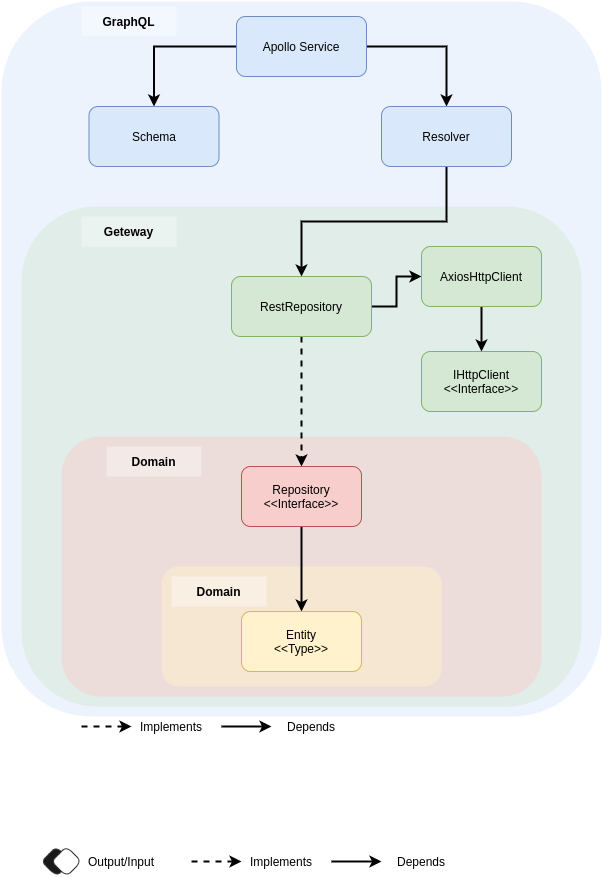
Before: images/gateway-api-architecture.png, a diagram exported from draw.io (thiago-nascimento-ti/ecommerce-clean-architecture). Source tidied: cells renumbered, new cells last; positions are measured from the earlier drawing's top-left corner, leaving out a move shared by most shapes.
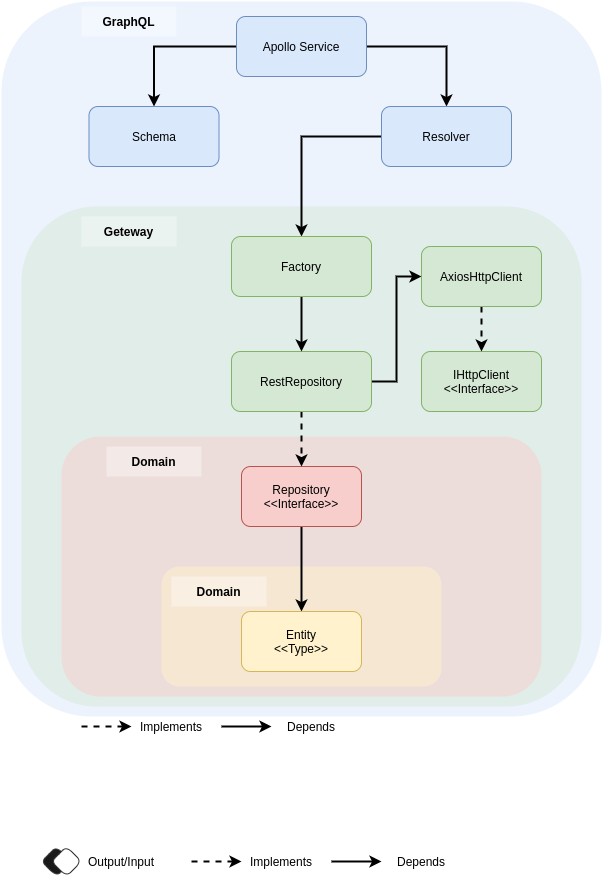
Above is the later version.

Diff of the diagram source:
```diff
@@ -23,16 +23,16 @@
     <mxCell id="8" style="edgeStyle=orthogonalEdgeStyle;rounded=0;jettySize=auto;html=1;exitX=0.5;exitY=1;exitDx=0;exitDy=0;entryX=0.5;entryY=0;entryDx=0;entryDy=0;dashed=1;strokeColor=#000000;strokeWidth=2;" parent="1" edge="1" source="10" target="7">
       <mxGeometry relative="1" as="geometry" />
     </mxCell>
-    <mxCell id="9" style="edgeStyle=orthogonalEdgeStyle;rounded=0;jettySize=auto;html=1;exitX=1;exitY=0.5;exitDx=0;exitDy=0;startArrow=none;startFill=0;endArrow=classic;endFill=1;strokeColor=#000000;strokeWidth=2;" parent="1" edge="1" source="10" target="13">
+    <mxCell id="9" style="edgeStyle=orthogonalEdgeStyle;rounded=0;jettySize=auto;html=1;exitX=1;exitY=0.5;exitDx=0;exitDy=0;entryX=0;entryY=0.5;entryDx=0;entryDy=0;startArrow=none;startFill=0;endArrow=classic;endFill=1;strokeColor=#000000;strokeWidth=2;" parent="1" edge="1" source="10" target="13">
       <mxGeometry relative="1" as="geometry" />
     </mxCell>
     <mxCell id="10" value="RestRepository" style="rounded=1;whiteSpace=wrap;html=1;fillColor=#d5e8d4;strokeColor=#82b366;" parent="1" vertex="1">
-      <mxGeometry x="230" y="275" width="140" height="60" as="geometry" />
+      <mxGeometry x="230" y="350" width="140" height="60" as="geometry" />
     </mxCell>
     <mxCell id="11" value="IHttpClient&lt;br&gt;&amp;lt;&amp;lt;Interface&amp;gt;&amp;gt;" style="rounded=1;whiteSpace=wrap;html=1;fillColor=#d5e8d4;strokeColor=#82b366;" parent="1" vertex="1">
       <mxGeometry x="420" y="350" width="120" height="60" as="geometry" />
     </mxCell>
-    <mxCell id="12" style="edgeStyle=orthogonalEdgeStyle;rounded=0;jettySize=auto;html=1;exitX=0.5;exitY=1;exitDx=0;exitDy=0;startArrow=none;startFill=0;endArrow=classic;endFill=1;strokeColor=#000000;strokeWidth=2;" parent="1" edge="1" source="13" target="11">
+    <mxCell id="12" style="edgeStyle=orthogonalEdgeStyle;rounded=0;jettySize=auto;html=1;exitX=0.5;exitY=1;exitDx=0;exitDy=0;startArrow=none;startFill=0;endArrow=classic;endFill=1;strokeColor=#000000;strokeWidth=2;dashed=1;" parent="1" edge="1" source="13" target="11">
       <mxGeometry relative="1" as="geometry" />
     </mxCell>
     <mxCell id="13" value="AxiosHttpClient" style="rounded=1;whiteSpace=wrap;html=1;fillColor=#d5e8d4;strokeColor=#82b366;" parent="1" vertex="1">
@@ -89,9 +89,9 @@
     <mxCell id="28" value="Depends" style="text;html=1;strokeColor=none;fillColor=none;align=center;verticalAlign=middle;whiteSpace=wrap;rounded=0;" parent="1" vertex="1">
       <mxGeometry x="380" y="850" width="80" height="20" as="geometry" />
     </mxCell>
-    <mxCell id="29" style="edgeStyle=orthogonalEdgeStyle;rounded=0;jettySize=auto;html=1;exitX=0.5;exitY=1;exitDx=0;exitDy=0;entryX=0.5;entryY=0;entryDx=0;entryDy=0;startArrow=none;startFill=0;endArrow=classic;endFill=1;strokeColor=#000000;strokeWidth=2;" parent="1" edge="1" source="30" target="10">
-      <mxGeometry relative="1" as="geometry" />
-    </mxCell>
+    <mxCell id="36" style="edgeStyle=orthogonalEdgeStyle;rounded=0;jettySize=auto;html=1;entryX=0.5;entryY=0;entryDx=0;entryDy=0;startArrow=none;startFill=0;endArrow=classic;endFill=1;strokeColor=#000000;strokeWidth=2;" parent="1" edge="1" source="30" target="38">
+      <mxGeometry relative="1" as="geometry" />
+    </mxCell>
     <mxCell id="30" value="Resolver" style="rounded=1;whiteSpace=wrap;html=1;fillColor=#dae8fc;strokeColor=#6c8ebf;" parent="1" vertex="1">
       <mxGeometry x="380" y="105" width="130" height="60" as="geometry" />
     </mxCell>
@@ -116,5 +116,11 @@
     <mxCell id="35" value="Depends" style="text;html=1;strokeColor=none;fillColor=none;align=center;verticalAlign=middle;whiteSpace=wrap;rounded=0;" parent="1" vertex="1">
       <mxGeometry x="270" y="715" width="80" height="20" as="geometry" />
     </mxCell>
+    <mxCell id="37" style="edgeStyle=orthogonalEdgeStyle;rounded=0;jettySize=auto;html=1;exitX=0.5;exitY=1;exitDx=0;exitDy=0;entryX=0.5;entryY=0;entryDx=0;entryDy=0;startArrow=none;startFill=0;endArrow=classic;endFill=1;strokeColor=#000000;strokeWidth=2;" parent="1" edge="1" source="38" target="10">
+      <mxGeometry relative="1" as="geometry" />
+    </mxCell>
+    <mxCell id="38" value="Factory" style="rounded=1;whiteSpace=wrap;html=1;fillColor=#d5e8d4;strokeColor=#82b366;" parent="1" vertex="1">
+      <mxGeometry x="230" y="235" width="140" height="60" as="geometry" />
+    </mxCell>
   </root>
 </mxGraphModel>
```
